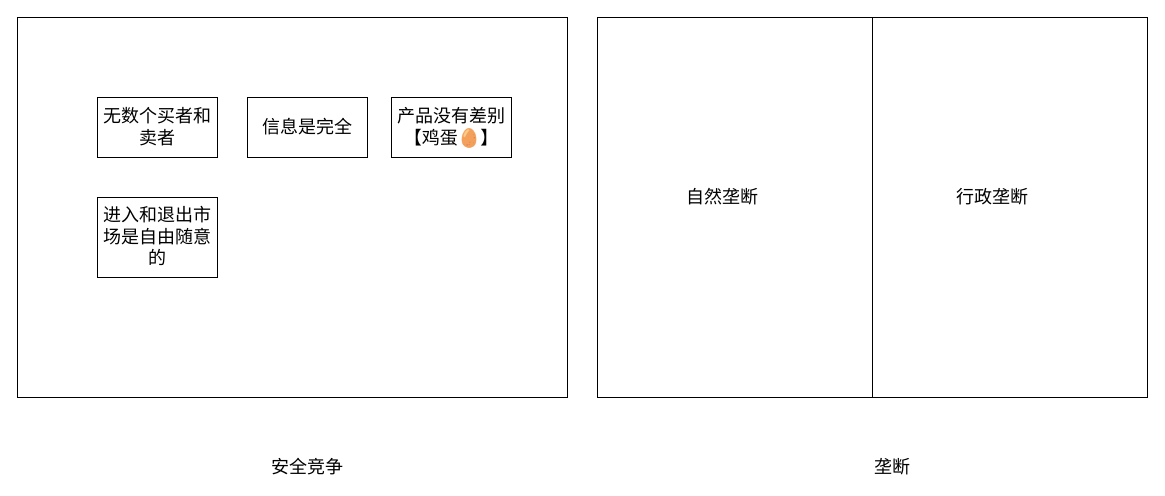
This is page "第八章--垄断、竞争" (2 of 3) of 读书笔记/人人都爱经济学.drawio from StephenWu5/blogManuscripts, a draw.io file, before an edit. Source tidied: cells renumbered, new cells numbered last; positions are measured from the earlier drawing's top-left corner, leaving out a move shared by most shapes. Both pictures are drawn from the tidied source at 100%, with x=0, y=0 at pixel (17, 17).
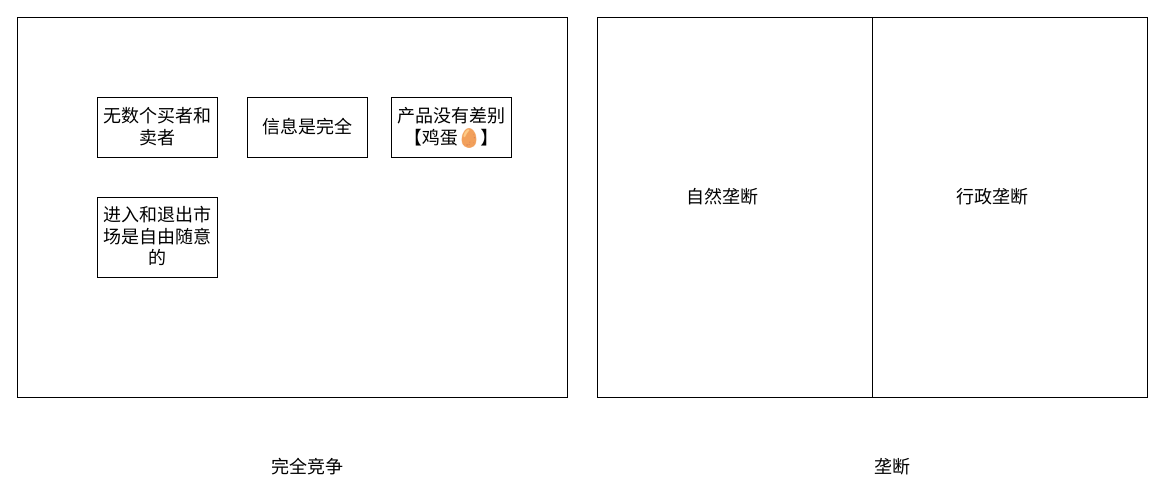
The same page after the edit.

Change to the diagram source:
```diff
@@
 <mxGraphModel>
   <root>
     <mxCell id="0" />
     <mxCell id="1" parent="0" />
     <mxCell id="2" style="rounded=0;whiteSpace=wrap;html=1;fillColor=none;" parent="1" vertex="1">
       <mxGeometry width="550" height="380" as="geometry" />
     </mxCell>
     <mxCell id="3" value="&lt;span style=&quot;font-size: 18px&quot;&gt;无数个买者和卖者&lt;/span&gt;" style="rounded=0;whiteSpace=wrap;html=1;" parent="1" vertex="1">
       <mxGeometry x="80" y="80" width="120" height="60" as="geometry" />
     </mxCell>
     <mxCell id="4" value="&lt;span style=&quot;font-size: 18px&quot;&gt;信息是完全&lt;br&gt;&lt;/span&gt;" style="rounded=0;whiteSpace=wrap;html=1;" parent="1" vertex="1">
       <mxGeometry x="230" y="80" width="120" height="60" as="geometry" />
     </mxCell>
     <mxCell id="5" value="&lt;span style=&quot;font-size: 18px&quot;&gt;产品没有差别【鸡蛋🥚】&lt;br&gt;&lt;/span&gt;" style="rounded=0;whiteSpace=wrap;html=1;" parent="1" vertex="1">
       <mxGeometry x="374" y="80" width="120" height="60" as="geometry" />
     </mxCell>
     <mxCell id="6" value="&lt;span style=&quot;font-size: 18px&quot;&gt;进入和退出市场是自由随意的&lt;/span&gt;" style="rounded=0;whiteSpace=wrap;html=1;" parent="1" vertex="1">
       <mxGeometry x="80" y="180" width="120" height="80" as="geometry" />
     </mxCell>
-    <mxCell id="7" value="&lt;span style=&quot;font-size: 18px&quot;&gt;安全竞争&lt;/span&gt;" style="text;html=1;strokeColor=none;fillColor=none;align=center;verticalAlign=middle;whiteSpace=wrap;rounded=0;" parent="1" vertex="1">
+    <mxCell id="7" value="&lt;span style=&quot;font-size: 18px&quot;&gt;完全竞争&lt;/span&gt;" style="text;html=1;strokeColor=none;fillColor=none;align=center;verticalAlign=middle;whiteSpace=wrap;rounded=0;" parent="1" vertex="1">
       <mxGeometry x="195" y="440" width="190" height="20" as="geometry" />
     </mxCell>
     <mxCell id="8" style="rounded=0;whiteSpace=wrap;html=1;fillColor=none;" parent="1" vertex="1">
       <mxGeometry x="580" width="550" height="380" as="geometry" />
     </mxCell>
     <mxCell id="9" value="&lt;span style=&quot;font-size: 18px&quot;&gt;垄断&lt;/span&gt;" style="text;html=1;strokeColor=none;fillColor=none;align=center;verticalAlign=middle;whiteSpace=wrap;rounded=0;" parent="1" vertex="1">
       <mxGeometry x="780" y="440" width="190" height="20" as="geometry" />
     </mxCell>
     <mxCell id="10" style="endArrow=none;html=1;entryX=0.5;entryY=0;entryDx=0;entryDy=0;exitX=0.5;exitY=1;exitDx=0;exitDy=0;" parent="1" edge="1" source="8" target="8">
       <mxGeometry relative="1" as="geometry" />
     </mxCell>
     <mxCell id="11" value="&lt;span style=&quot;font-size: 18px&quot;&gt;行政垄断&lt;/span&gt;" style="text;html=1;strokeColor=none;fillColor=none;align=center;verticalAlign=middle;whiteSpace=wrap;rounded=0;" parent="1" vertex="1">
       <mxGeometry x="880" y="170" width="190" height="20" as="geometry" />
     </mxCell>
     <mxCell id="12" value="&lt;span style=&quot;font-size: 18px&quot;&gt;自然垄断&lt;/span&gt;" style="text;html=1;strokeColor=none;fillColor=none;align=center;verticalAlign=middle;whiteSpace=wrap;rounded=0;" parent="1" vertex="1">
       <mxGeometry x="610" y="170" width="190" height="20" as="geometry" />
     </mxCell>
   </root>
 </mxGraphModel>
```
